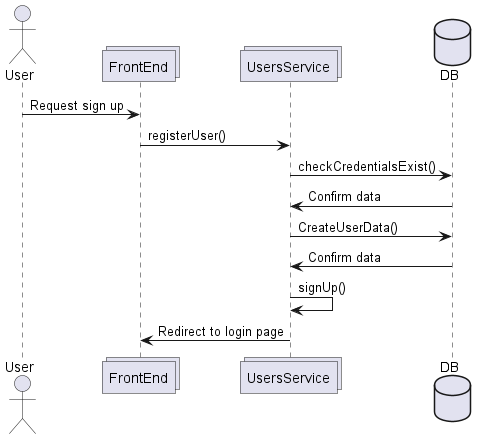
UO289930/wiq_en3a keeps this PlantUML diagram as images/Sign Up diagram.png. Above is the earlier version.
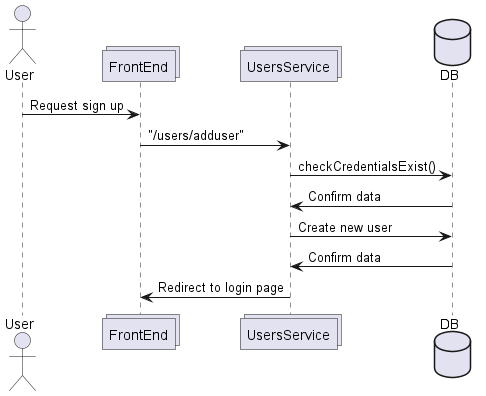
After the change.

The edit, as a diff of the source:
```diff
@@ -5,11 +5,10 @@
 database DB
 
 User -> FrontEnd: Request sign up
-FrontEnd -> UsersService: registerUser()
+FrontEnd -> UsersService: "/users/adduser"
 UsersService -> DB: checkCredentialsExist()
 DB -> UsersService: Confirm data
-UsersService  -> DB: CreateUserData()
+UsersService  -> DB: Create new user
 DB -> UsersService: Confirm data
-UsersService -> UsersService: signUp()
 UsersService -> FrontEnd: Redirect to login page
 @enduml
```
